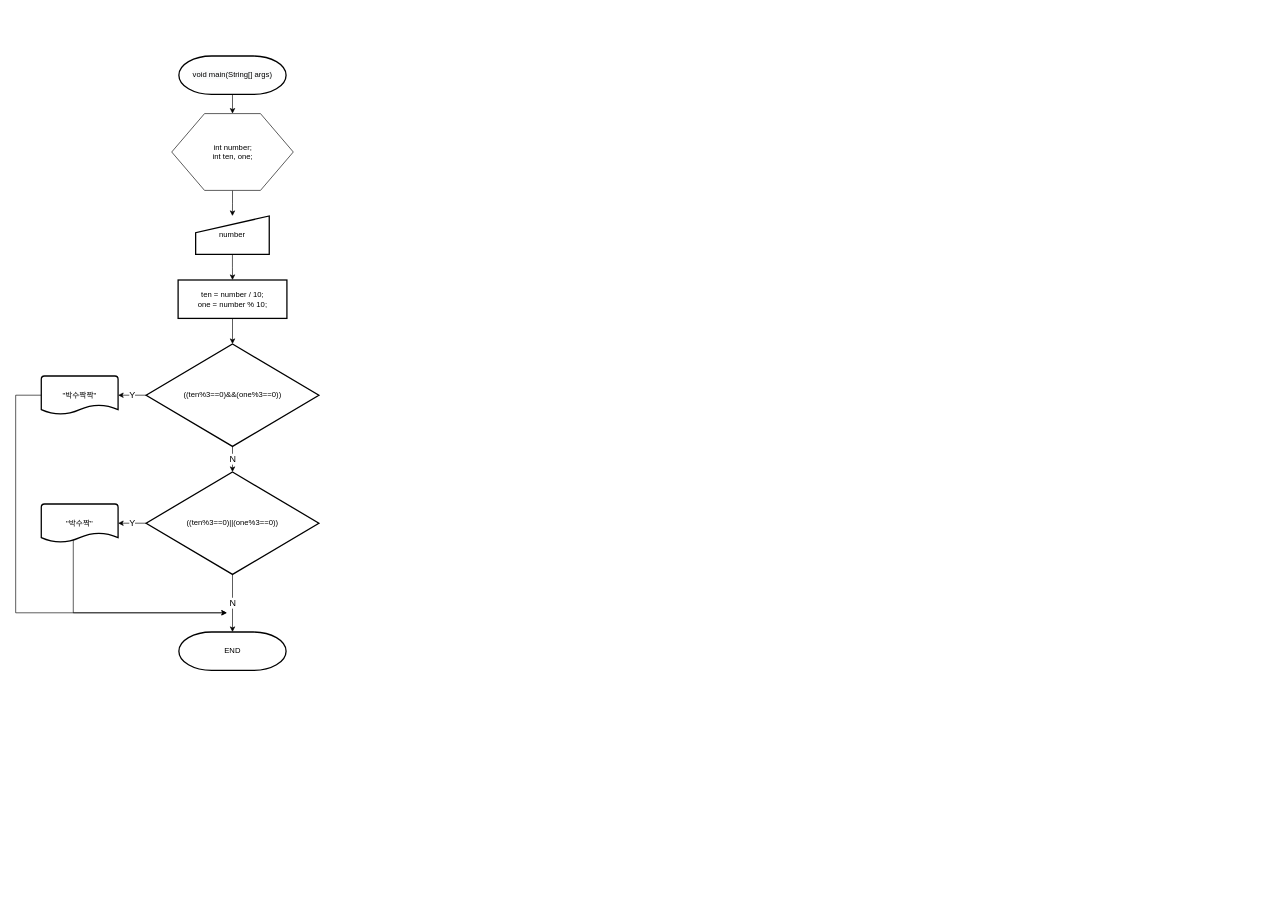
Before: 369게임 순서도.drawio in skatld123/NSH, a draw.io diagram. Source tidied: cells renumbered, new cells numbered last; positions are measured from the earlier drawing's top-left corner, leaving out a move shared by most shapes. Both pictures are drawn from the tidied source at 64%, with x=0, y=0 at pixel (15, 56).
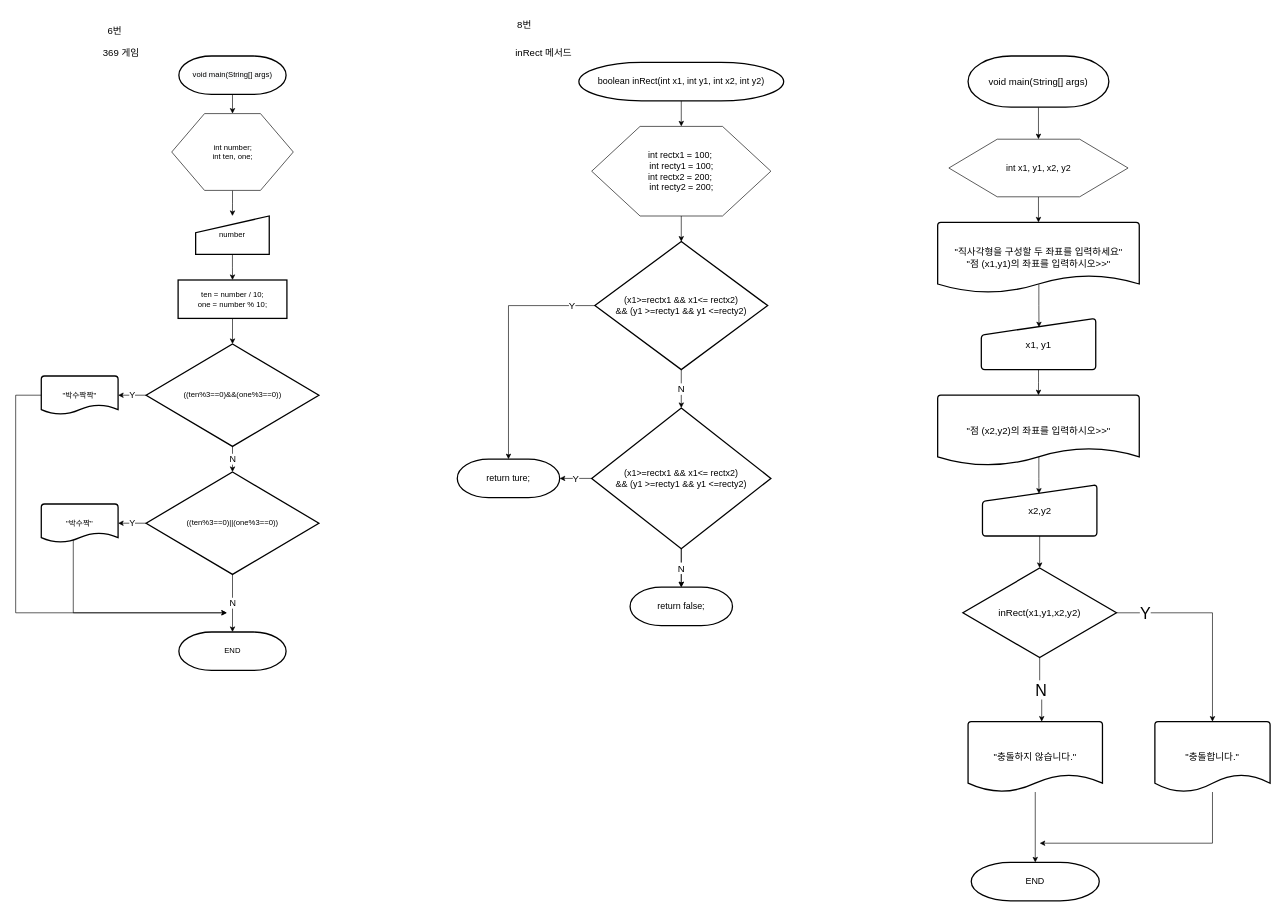
The same diagram, later.

Commit message:
369게임 순서도.drawio 업데이트

Change to the diagram source:
```diff
@@
+    <mxCell id="21" style="edgeStyle=orthogonalEdgeStyle;rounded=0;jettySize=auto;html=1;entryX=0.5;entryY=0;entryDx=0;entryDy=0;fontSize=14;" parent="1" edge="1" source="22" target="24">
+      <mxGeometry relative="1" as="geometry" />
+    </mxCell>
+    <mxCell id="22" value="boolean inRect(int x1, int y1, int x2, int y2)" style="strokeWidth=2;html=1;shape=mxgraph.flowchart.terminator;whiteSpace=wrap;fontSize=14;" parent="1" vertex="1">
+      <mxGeometry x="880" y="10" width="320" height="60" as="geometry" />
+    </mxCell>
+    <mxCell id="23" style="edgeStyle=orthogonalEdgeStyle;rounded=0;jettySize=auto;html=1;exitX=0.5;exitY=1;exitDx=0;exitDy=0;entryX=0.5;entryY=0;entryDx=0;entryDy=0;entryPerimeter=0;fontSize=14;" parent="1" edge="1" source="24" target="27">
+      <mxGeometry relative="1" as="geometry" />
+    </mxCell>
+    <mxCell id="24" value="int rectx1 = 100;&amp;nbsp;&lt;br&gt;int recty1 = 100;&lt;br&gt;int rectx2 = 200;&amp;nbsp;&lt;br&gt;int recty2 = 200;" style="verticalLabelPosition=middle;verticalAlign=middle;html=1;shape=hexagon;perimeter=hexagonPerimeter2;arcSize=6;size=0.27;fontSize=14;labelPosition=center;align=center;" parent="1" vertex="1">
+      <mxGeometry x="900" y="110" width="280" height="140" as="geometry" />
+    </mxCell>
+    <mxCell id="25" value="N" style="edgeStyle=orthogonalEdgeStyle;rounded=0;jettySize=auto;html=1;exitX=0.5;exitY=1;exitDx=0;exitDy=0;exitPerimeter=0;fontSize=15;" parent="1" edge="1" source="27" target="31">
+      <mxGeometry relative="1" as="geometry" />
+    </mxCell>
+    <mxCell id="26" value="Y" style="edgeStyle=orthogonalEdgeStyle;rounded=0;jettySize=auto;html=1;exitX=0;exitY=0.5;exitDx=0;exitDy=0;exitPerimeter=0;entryX=0.5;entryY=0;entryDx=0;entryDy=0;entryPerimeter=0;fontSize=15;" parent="1" edge="1" source="27" target="33">
+      <mxGeometry x="-0.81" relative="1" as="geometry" />
+    </mxCell>
+    <mxCell id="27" value="(x1&amp;gt;=rectx1 &amp;amp;&amp;amp; x1&amp;lt;= rectx2) &lt;br&gt;&amp;amp;&amp;amp; (y1 &amp;gt;=recty1 &amp;amp;&amp;amp; y1 &amp;lt;=recty2)" style="strokeWidth=2;html=1;shape=mxgraph.flowchart.decision;whiteSpace=wrap;fontSize=14;" parent="1" vertex="1">
+      <mxGeometry x="905" y="290" width="270" height="200" as="geometry" />
+    </mxCell>
+    <mxCell id="28" style="edgeStyle=orthogonalEdgeStyle;rounded=0;jettySize=auto;html=1;entryX=0.5;entryY=0;entryDx=0;entryDy=0;entryPerimeter=0;fontSize=14;" parent="1" edge="1" source="31" target="32">
+      <mxGeometry relative="1" as="geometry" />
+    </mxCell>
+    <mxCell id="29" value="N" style="edgeStyle=orthogonalEdgeStyle;rounded=0;jettySize=auto;html=1;fontSize=15;" parent="1" edge="1" source="31" target="32">
+      <mxGeometry relative="1" as="geometry" />
+    </mxCell>
+    <mxCell id="30" value="Y" style="edgeStyle=orthogonalEdgeStyle;rounded=0;jettySize=auto;html=1;entryX=1;entryY=0.5;entryDx=0;entryDy=0;entryPerimeter=0;fontSize=15;" parent="1" edge="1" source="31" target="33">
+      <mxGeometry relative="1" as="geometry" />
+    </mxCell>
+    <mxCell id="31" value="(x1&amp;gt;=rectx1 &amp;amp;&amp;amp; x1&amp;lt;= rectx2) &lt;br&gt;&amp;amp;&amp;amp; (y1 &amp;gt;=recty1 &amp;amp;&amp;amp; y1 &amp;lt;=recty2)" style="strokeWidth=2;html=1;shape=mxgraph.flowchart.decision;whiteSpace=wrap;fontSize=14;" parent="1" vertex="1">
+      <mxGeometry x="900" y="550" width="280" height="220" as="geometry" />
+    </mxCell>
+    <mxCell id="32" value="return false;" style="strokeWidth=2;html=1;shape=mxgraph.flowchart.terminator;whiteSpace=wrap;fontSize=14;" parent="1" vertex="1">
+      <mxGeometry x="960" y="830" width="160" height="60" as="geometry" />
+    </mxCell>
+    <mxCell id="33" value="return ture;" style="strokeWidth=2;html=1;shape=mxgraph.flowchart.terminator;whiteSpace=wrap;fontSize=14;" parent="1" vertex="1">
+      <mxGeometry x="690" y="630" width="160" height="60" as="geometry" />
+    </mxCell>
+    <mxCell id="34" value="369 게임" style="text;html=1;strokeColor=none;fillColor=none;align=center;verticalAlign=middle;whiteSpace=wrap;rounded=0;fontSize=15;" parent="1" vertex="1">
+      <mxGeometry x="90" y="-60" width="150" height="110" as="geometry" />
+    </mxCell>
+    <mxCell id="35" value="inRect 메서드" style="text;html=1;strokeColor=none;fillColor=none;align=center;verticalAlign=middle;whiteSpace=wrap;rounded=0;fontSize=15;" parent="1" vertex="1">
+      <mxGeometry x="770" y="-40" width="110" height="70" as="geometry" />
+    </mxCell>
+    <mxCell id="36" value="8번" style="text;html=1;strokeColor=none;fillColor=none;align=center;verticalAlign=middle;whiteSpace=wrap;rounded=0;fontSize=15;" parent="1" vertex="1">
+      <mxGeometry x="760" y="-70" width="70" height="40" as="geometry" />
+    </mxCell>
+    <mxCell id="37" value="6번" style="text;html=1;strokeColor=none;fillColor=none;align=center;verticalAlign=middle;whiteSpace=wrap;rounded=0;fontSize=15;" parent="1" vertex="1">
+      <mxGeometry x="120" y="-60" width="70" height="40" as="geometry" />
+    </mxCell>
+    <mxCell id="38" style="edgeStyle=orthogonalEdgeStyle;rounded=0;jettySize=auto;html=1;entryX=0.5;entryY=0;entryDx=0;entryDy=0;fontSize=25;" parent="1" edge="1" source="39" target="41">
+      <mxGeometry relative="1" as="geometry" />
+    </mxCell>
+    <mxCell id="39" value="void main(String[] args)" style="strokeWidth=2;html=1;shape=mxgraph.flowchart.terminator;whiteSpace=wrap;fontSize=15;" parent="1" vertex="1">
+      <mxGeometry x="1488.1" width="220" height="80" as="geometry" />
+    </mxCell>
+    <mxCell id="40" style="edgeStyle=orthogonalEdgeStyle;rounded=0;jettySize=auto;html=1;exitX=0.5;exitY=1;exitDx=0;exitDy=0;entryX=0.5;entryY=0;entryDx=0;entryDy=0;entryPerimeter=0;fontSize=25;" parent="1" edge="1" source="41" target="43">
+      <mxGeometry relative="1" as="geometry" />
+    </mxCell>
+    <mxCell id="41" value="int x1, y1, x2, y2" style="verticalLabelPosition=middle;verticalAlign=middle;html=1;shape=hexagon;perimeter=hexagonPerimeter2;arcSize=6;size=0.27;fontSize=14;labelPosition=center;align=center;" parent="1" vertex="1">
+      <mxGeometry x="1458.1" y="130" width="280" height="90" as="geometry" />
+    </mxCell>
+    <mxCell id="42" style="edgeStyle=orthogonalEdgeStyle;rounded=0;jettySize=auto;html=1;entryX=0.504;entryY=0.173;entryDx=0;entryDy=0;entryPerimeter=0;fontSize=25;exitX=0.502;exitY=0.879;exitDx=0;exitDy=0;exitPerimeter=0;" parent="1" edge="1" source="43" target="47">
+      <mxGeometry relative="1" as="geometry" />
+    </mxCell>
+    <mxCell id="43" value="&quot;직사각형을 구성할 두 좌표를 입력하세요&quot;&lt;br&gt;&quot;점 (x1,y1)의 좌표를 입력하시오&amp;gt;&amp;gt;&quot;" style="strokeWidth=2;html=1;shape=mxgraph.flowchart.document2;whiteSpace=wrap;size=0.25;fontSize=15;" parent="1" vertex="1">
+      <mxGeometry x="1440.6" y="260" width="315" height="110" as="geometry" />
+    </mxCell>
+    <mxCell id="44" style="edgeStyle=orthogonalEdgeStyle;rounded=0;jettySize=auto;html=1;entryX=0.494;entryY=0.173;entryDx=0;entryDy=0;entryPerimeter=0;fontSize=25;exitX=0.502;exitY=0.866;exitDx=0;exitDy=0;exitPerimeter=0;" parent="1" edge="1" source="45" target="49">
+      <mxGeometry relative="1" as="geometry" />
+    </mxCell>
+    <mxCell id="45" value="&quot;점 (x2,y2)의 좌표를 입력하시오&amp;gt;&amp;gt;&quot;" style="strokeWidth=2;html=1;shape=mxgraph.flowchart.document2;whiteSpace=wrap;size=0.25;fontSize=15;" parent="1" vertex="1">
+      <mxGeometry x="1440.6" y="530" width="315" height="110" as="geometry" />
+    </mxCell>
+    <mxCell id="46" style="edgeStyle=orthogonalEdgeStyle;rounded=0;jettySize=auto;html=1;fontSize=25;" parent="1" edge="1" source="47" target="45">
+      <mxGeometry relative="1" as="geometry" />
+    </mxCell>
+    <mxCell id="47" value="x1, y1" style="html=1;strokeWidth=2;shape=manualInput;whiteSpace=wrap;rounded=1;size=26;arcSize=11;fontSize=15;" parent="1" vertex="1">
+      <mxGeometry x="1508.8" y="410" width="178.8" height="80" as="geometry" />
+    </mxCell>
+    <mxCell id="48" style="edgeStyle=orthogonalEdgeStyle;rounded=0;jettySize=auto;html=1;fontSize=25;" parent="1" edge="1" source="49" target="51">
+      <mxGeometry relative="1" as="geometry" />
+    </mxCell>
+    <mxCell id="49" value="x2,y2" style="html=1;strokeWidth=2;shape=manualInput;whiteSpace=wrap;rounded=1;size=26;arcSize=11;fontSize=15;" parent="1" vertex="1">
+      <mxGeometry x="1510.6" y="670" width="178.8" height="80" as="geometry" />
+    </mxCell>
+    <mxCell id="50" value="N" style="edgeStyle=orthogonalEdgeStyle;rounded=0;jettySize=auto;html=1;entryX=0.548;entryY=0;entryDx=0;entryDy=0;entryPerimeter=0;fontSize=25;" parent="1" edge="1" source="51" target="55">
+      <mxGeometry relative="1" as="geometry" />
+    </mxCell>
+    <mxCell id="51" value="inRect(x1,y1,x2,y2)" style="strokeWidth=2;html=1;shape=mxgraph.flowchart.decision;whiteSpace=wrap;fontSize=15;" parent="1" vertex="1">
+      <mxGeometry x="1480" y="800" width="240" height="140" as="geometry" />
+    </mxCell>
+    <mxCell id="52" style="edgeStyle=orthogonalEdgeStyle;rounded=0;jettySize=auto;html=1;fontSize=25;" parent="1" edge="1" source="53">
+      <mxGeometry relative="1" as="geometry">
+        <mxPoint x="1600" y="1230" as="targetPoint" />
+        <Array as="points">
+          <mxPoint x="1870" y="1230" />
+        </Array>
+      </mxGeometry>
+    </mxCell>
+    <mxCell id="53" value="&quot;충돌합니다.&quot;" style="strokeWidth=2;html=1;shape=mxgraph.flowchart.document2;whiteSpace=wrap;size=0.25;fontSize=15;" parent="1" vertex="1">
+      <mxGeometry x="1780" y="1040" width="180" height="110" as="geometry" />
+    </mxCell>
+    <mxCell id="54" style="edgeStyle=orthogonalEdgeStyle;rounded=0;jettySize=auto;html=1;entryX=0.5;entryY=0;entryDx=0;entryDy=0;entryPerimeter=0;fontSize=25;" parent="1" edge="1" source="55" target="57">
+      <mxGeometry relative="1" as="geometry" />
+    </mxCell>
+    <mxCell id="55" value="&quot;충돌하지 않습니다.&quot;" style="strokeWidth=2;html=1;shape=mxgraph.flowchart.document2;whiteSpace=wrap;size=0.25;fontSize=15;" parent="1" vertex="1">
+      <mxGeometry x="1488.1" y="1040" width="210" height="110" as="geometry" />
+    </mxCell>
+    <mxCell id="56" value="Y" style="edgeStyle=orthogonalEdgeStyle;rounded=0;jettySize=auto;html=1;exitX=1;exitY=0.5;exitDx=0;exitDy=0;exitPerimeter=0;fontSize=25;entryX=0.5;entryY=0;entryDx=0;entryDy=0;entryPerimeter=0;" parent="1" edge="1" source="51" target="53">
+      <mxGeometry x="-0.72" relative="1" as="geometry" />
+    </mxCell>
+    <mxCell id="57" value="END" style="strokeWidth=2;html=1;shape=mxgraph.flowchart.terminator;whiteSpace=wrap;fontSize=14;" parent="1" vertex="1">
+      <mxGeometry x="1493.1" y="1260" width="200" height="60" as="geometry" />
+    </mxCell>
```
